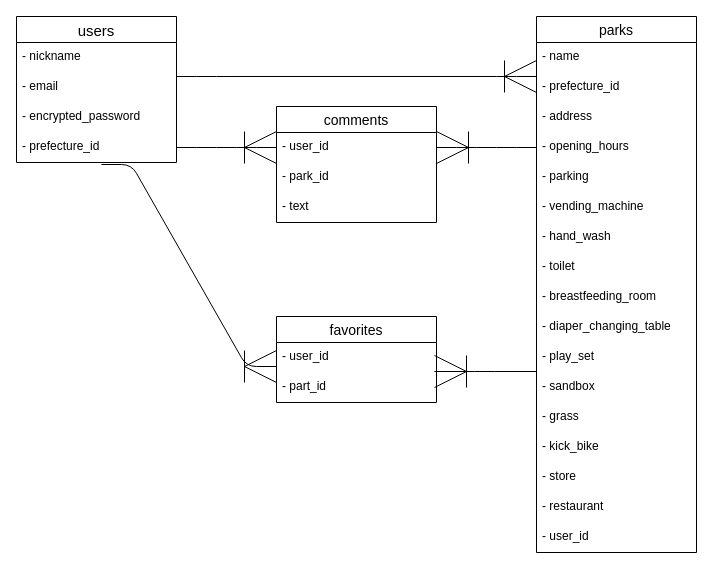
Above: er.dio in mocmoc15/parknavi (draw.io), before the change. Source tidied: cells renumbered, new cells numbered last; positions are measured from the earlier drawing's top-left corner, leaving out a move shared by most shapes. Both pictures are drawn from the tidied source at 100%, with x=0, y=0 at pixel (16, 16).
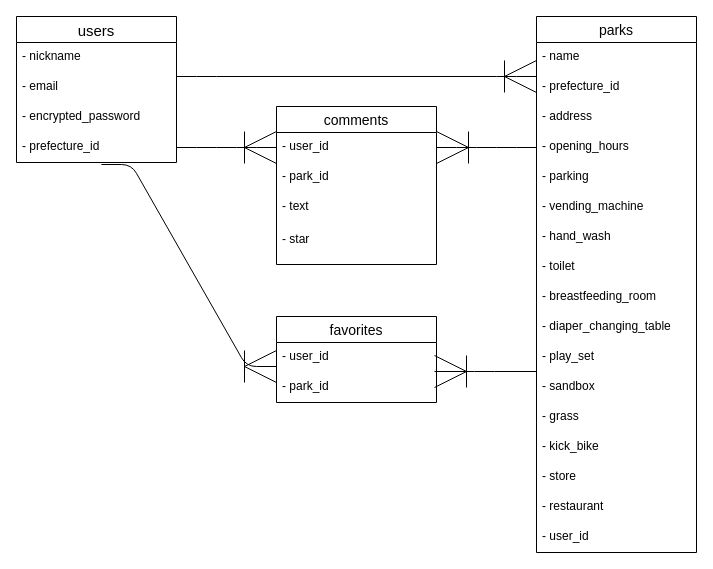
After the change.

Commit message (it also covers changes not shown here):
紹介文記述

The change refers to these unchanged cells:
```xml
<mxCell id="33" value="favorites" style="swimlane;fontStyle=0;horizontal=1;startSize=26;align=center;fontSize=14;" parent="1" vertex="1">
  <mxGeometry x="260" y="300" width="160" height="86" as="geometry" />
</mxCell>
```

The edit, as a diff of the source:
```diff
@@
     <mxCell id="26" value="comments" style="swimlane;fontStyle=0;horizontal=1;startSize=26;align=center;fontSize=14;" parent="1" vertex="1">
-      <mxGeometry x="260" y="90" width="160" height="116" as="geometry" />
+      <mxGeometry x="260" y="90" width="160" height="158" as="geometry" />
     </mxCell>
@@
     <mxCell id="29" value="- text" style="text;strokeColor=none;fillColor=none;spacingLeft=4;spacingRight=4;overflow=hidden;fontSize=12;" parent="26" vertex="1">
-      <mxGeometry y="86" width="160" height="30" as="geometry" />
+      <mxGeometry y="86" width="160" height="33" as="geometry" />
     </mxCell>
+    <mxCell id="37" value="- star" style="text;strokeColor=none;fillColor=none;spacingLeft=4;spacingRight=4;overflow=hidden;fontSize=12;" parent="26" vertex="1">
+      <mxGeometry y="119" width="160" height="39" as="geometry" />
+    </mxCell>
@@
-    <mxCell id="35" value="- part_id" style="text;strokeColor=none;fillColor=none;spacingLeft=4;spacingRight=4;overflow=hidden;fontSize=12;" parent="33" vertex="1">
+    <mxCell id="35" value="- park_id" style="text;strokeColor=none;fillColor=none;spacingLeft=4;spacingRight=4;overflow=hidden;fontSize=12;" parent="33" vertex="1">
       <mxGeometry y="56" width="160" height="30" as="geometry" />
     </mxCell>
```
